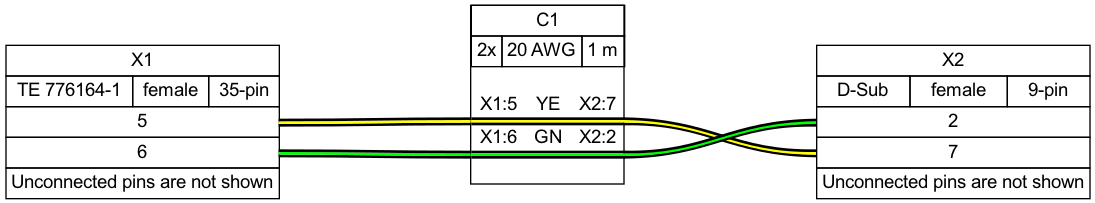
Above: examples/ex07.png in wireviz/WireViz (Graphviz), before the change. Its source is kept beside it as examples/ex07.gv.
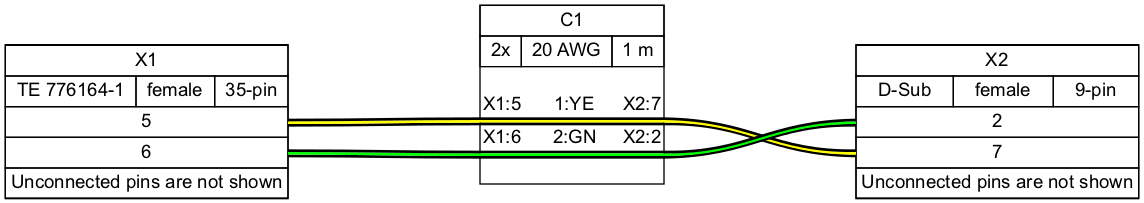
The same file after the commit.

Change to the diagram source:
```diff
@@ -1,6 +1,6 @@
 graph {
-	graph [bgcolor=white fontname=arial nodesep=0.33 rankdir=LR ranksep=2]
-	node [fillcolor=white fontname=arial shape=record style=filled]
+	graph [bgcolor="#FFFFFF" fontname=arial nodesep=0.33 rankdir=LR ranksep=2]
+	node [fillcolor="#FFFFFF" fontname=arial height=0 margin=0 shape=none style=filled width=0]
 	edge [fontname=arial style=bold]
 	X1 [label=<
 <table border="0" cellspacing="0" cellpadding="0">
@@ -32,7 +32,7 @@
   </tr></table>
  </td></tr>
 </table>
-> fillcolor=white margin=0 shape=none style=filled]
+> fillcolor="#FFFFFF" shape=box style=filled]
 	X2 [label=<
 <table border="0" cellspacing="0" cellpadding="0">
  <tr><td>
@@ -63,7 +63,7 @@
   </tr></table>
  </td></tr>
 </table>
-> fillcolor=white margin=0 shape=none style=filled]
+> fillcolor="#FFFFFF" shape=box style=filled]
 	edge [color="#000000:#ffff00:#000000"]
 	X1:p5r:e -- C1:w1:w
 	C1:w1:e -- X2:p7l:w
@@ -89,7 +89,9 @@
    <tr><td>&nbsp;</td></tr>
    <tr>
     <td>X1:5</td>
-    <td>YE</td>
+    <td>
+     1:YE
+    </td>
     <td>X2:7</td>
    </tr>
    <tr>
@@ -103,7 +105,9 @@
    </tr>
    <tr>
     <td>X1:6</td>
-    <td>GN</td>
+    <td>
+     2:GN
+    </td>
     <td>X2:2</td>
    </tr>
    <tr>
@@ -119,5 +123,5 @@
   </table>
  </td></tr>
 </table>
-> fillcolor=white margin=0 shape=box style=""]
+> fillcolor="#FFFFFF" shape=box style=filled]
 }
```
